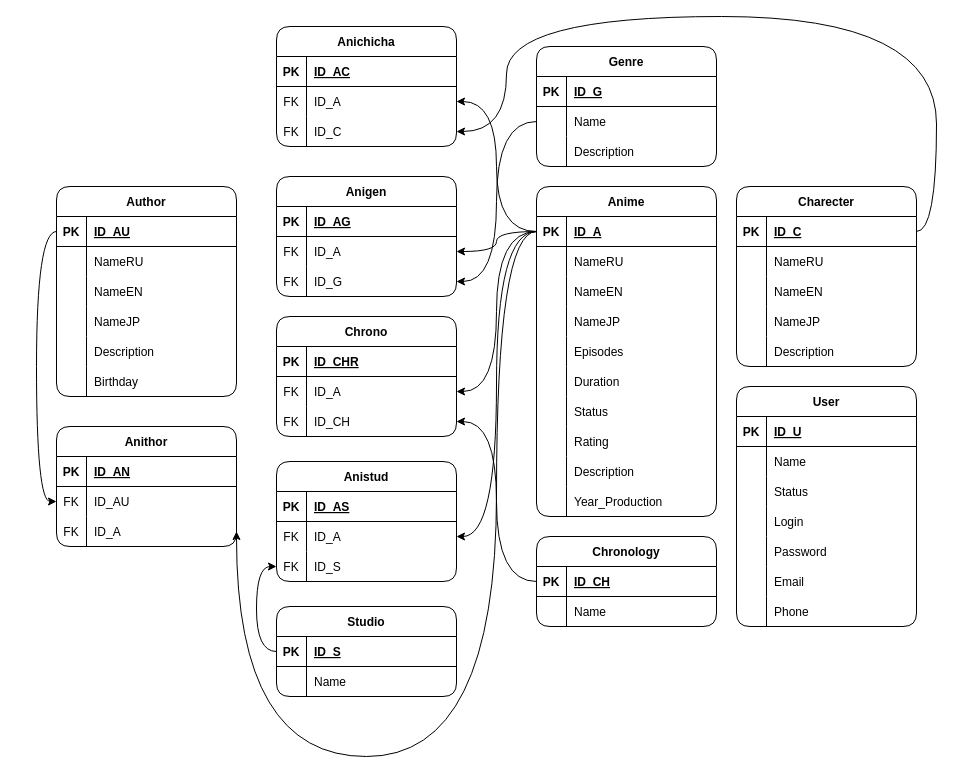
This is AniTrack.drawio from kk313/AniTrack, a draw.io file, before an edit. Source tidied: cells renumbered, new cells numbered last; positions are measured from the earlier drawing's top-left corner, leaving out a move shared by most shapes. Both pictures are drawn from the tidied source at 100%, with x=0, y=0 at pixel (56, 16).
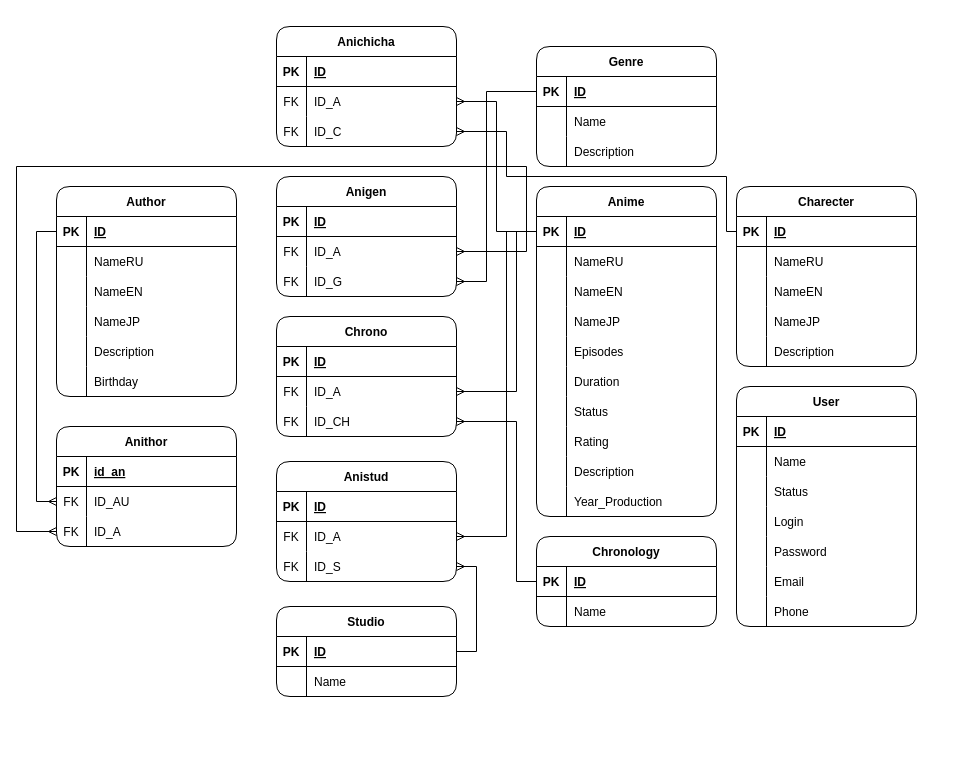
Above is the later version.

Unchanged cells that the change refers to:
```xml
<mxCell id="3" style="shape=tableRow;horizontal=0;startSize=0;swimlaneHead=0;swimlaneBody=0;fillColor=none;points=[[0,0.5],[1,0.5]];portConstraint=eastwest;top=0;left=0;right=0;bottom=1;" parent="2" vertex="1">
  <mxGeometry y="30" width="180" height="30" as="geometry" />
</mxCell>
<mxCell id="34" style="shape=tableRow;horizontal=0;startSize=0;swimlaneHead=0;swimlaneBody=0;fillColor=none;top=0;left=0;right=0;bottom=1;" parent="33" vertex="1">
  <mxGeometry y="30" width="180" height="30" as="geometry" />
</mxCell>
<mxCell id="37" style="shape=tableRow;horizontal=0;startSize=0;swimlaneHead=0;swimlaneBody=0;fillColor=none;points=[[0,0.5],[1,0.5]];portConstraint=eastwest;top=0;left=0;right=0;bottom=0;" parent="33" vertex="1">
  <mxGeometry y="60" width="180" height="30" as="geometry" />
</mxCell>
<mxCell id="40" style="shape=tableRow;horizontal=0;startSize=0;swimlaneHead=0;swimlaneBody=0;fillColor=none;points=[[0,0.5],[1,0.5]];portConstraint=eastwest;top=0;left=0;right=0;bottom=0;" parent="33" vertex="1">
  <mxGeometry y="90" width="180" height="30" as="geometry" />
</mxCell>
<mxCell id="44" style="shape=tableRow;horizontal=0;startSize=0;swimlaneHead=0;swimlaneBody=0;fillColor=none;points=[[0,0.5],[1,0.5]];portConstraint=eastwest;top=0;left=0;right=0;bottom=1;" parent="43" vertex="1">
  <mxGeometry y="30" width="180" height="30" as="geometry" />
</mxCell>
<mxCell id="51" style="shape=tableRow;horizontal=0;startSize=0;swimlaneHead=0;swimlaneBody=0;fillColor=none;top=0;left=0;right=0;bottom=1;" parent="50" vertex="1">
  <mxGeometry y="30" width="180" height="30" as="geometry" />
</mxCell>
<mxCell id="73" style="shape=tableRow;horizontal=0;startSize=0;swimlaneHead=0;swimlaneBody=0;fillColor=none;points=[[0,0.5],[1,0.5]];portConstraint=eastwest;top=0;left=0;right=0;bottom=1;" parent="72" vertex="1">
  <mxGeometry y="30" width="180" height="30" as="geometry" />
</mxCell>
<mxCell id="91" style="shape=tableRow;horizontal=0;startSize=0;swimlaneHead=0;swimlaneBody=0;fillColor=none;points=[[0,0.5],[1,0.5]];portConstraint=eastwest;top=0;left=0;right=0;bottom=1;" parent="90" vertex="1">
  <mxGeometry y="30" width="180" height="30" as="geometry" />
</mxCell>
<mxCell id="110" style="shape=tableRow;horizontal=0;startSize=0;swimlaneHead=0;swimlaneBody=0;fillColor=none;top=0;left=0;right=0;bottom=1;" parent="109" vertex="1">
  <mxGeometry y="30" width="180" height="30" as="geometry" />
</mxCell>
<mxCell id="113" style="shape=tableRow;horizontal=0;startSize=0;swimlaneHead=0;swimlaneBody=0;fillColor=none;points=[[0,0.5],[1,0.5]];portConstraint=eastwest;top=0;left=0;right=0;bottom=0;" parent="109" vertex="1">
  <mxGeometry y="60" width="180" height="30" as="geometry" />
</mxCell>
<mxCell id="116" style="shape=tableRow;horizontal=0;startSize=0;swimlaneHead=0;swimlaneBody=0;fillColor=none;points=[[0,0.5],[1,0.5]];portConstraint=eastwest;top=0;left=0;right=0;bottom=0;" parent="109" vertex="1">
  <mxGeometry y="90" width="180" height="30" as="geometry" />
</mxCell>
<mxCell id="122" style="shape=tableRow;horizontal=0;startSize=0;swimlaneHead=0;swimlaneBody=0;fillColor=none;points=[[0,0.5],[1,0.5]];portConstraint=eastwest;top=0;left=0;right=0;bottom=1;" parent="121" vertex="1">
  <mxGeometry y="30" width="180" height="30" as="geometry" />
</mxCell>
<mxCell id="129" style="shape=tableRow;horizontal=0;startSize=0;swimlaneHead=0;swimlaneBody=0;fillColor=none;top=0;left=0;right=0;bottom=1;" parent="128" vertex="1">
  <mxGeometry y="30" width="180" height="30" as="geometry" />
</mxCell>
<mxCell id="132" style="shape=tableRow;horizontal=0;startSize=0;swimlaneHead=0;swimlaneBody=0;fillColor=none;points=[[0,0.5],[1,0.5]];portConstraint=eastwest;top=0;left=0;right=0;bottom=0;" parent="128" vertex="1">
  <mxGeometry y="60" width="180" height="30" as="geometry" />
</mxCell>
<mxCell id="135" style="shape=tableRow;horizontal=0;startSize=0;swimlaneHead=0;swimlaneBody=0;fillColor=none;points=[[0,0.5],[1,0.5]];portConstraint=eastwest;top=0;left=0;right=0;bottom=0;" parent="128" vertex="1">
  <mxGeometry y="90" width="180" height="30" as="geometry" />
</mxCell>
<mxCell id="139" style="shape=tableRow;horizontal=0;startSize=0;swimlaneHead=0;swimlaneBody=0;fillColor=none;top=0;left=0;right=0;bottom=1;" parent="138" vertex="1">
  <mxGeometry y="30" width="180" height="30" as="geometry" />
</mxCell>
<mxCell id="142" style="shape=tableRow;horizontal=0;startSize=0;swimlaneHead=0;swimlaneBody=0;fillColor=none;points=[[0,0.5],[1,0.5]];portConstraint=eastwest;top=0;left=0;right=0;bottom=0;" parent="138" vertex="1">
  <mxGeometry y="60" width="180" height="30" as="geometry" />
</mxCell>
<mxCell id="145" style="shape=tableRow;horizontal=0;startSize=0;swimlaneHead=0;swimlaneBody=0;fillColor=none;points=[[0,0.5],[1,0.5]];portConstraint=eastwest;top=0;left=0;right=0;bottom=0;" parent="138" vertex="1">
  <mxGeometry y="90" width="180" height="30" as="geometry" />
</mxCell>
<mxCell id="149" style="shape=tableRow;horizontal=0;startSize=0;swimlaneHead=0;swimlaneBody=0;fillColor=none;points=[[0,0.5],[1,0.5]];portConstraint=eastwest;top=0;left=0;right=0;bottom=1;" parent="148" vertex="1">
  <mxGeometry y="30" width="180" height="30" as="geometry" />
</mxCell>
<mxCell id="152" style="shape=tableRow;horizontal=0;startSize=0;swimlaneHead=0;swimlaneBody=0;fillColor=none;points=[[0,0.5],[1,0.5]];portConstraint=eastwest;top=0;left=0;right=0;bottom=0;" parent="148" vertex="1">
  <mxGeometry y="60" width="180" height="30" as="geometry" />
</mxCell>
<mxCell id="163" style="shape=tableRow;horizontal=0;startSize=0;swimlaneHead=0;swimlaneBody=0;fillColor=none;top=0;left=0;right=0;bottom=1;" parent="162" vertex="1">
  <mxGeometry y="30" width="180" height="30" as="geometry" />
</mxCell>
<mxCell id="166" style="shape=tableRow;horizontal=0;startSize=0;swimlaneHead=0;swimlaneBody=0;fillColor=none;points=[[0,0.5],[1,0.5]];portConstraint=eastwest;top=0;left=0;right=0;bottom=0;" parent="162" vertex="1">
  <mxGeometry y="60" width="180" height="30" as="geometry" />
</mxCell>
<mxCell id="169" style="shape=tableRow;horizontal=0;startSize=0;swimlaneHead=0;swimlaneBody=0;fillColor=none;points=[[0,0.5],[1,0.5]];portConstraint=eastwest;top=0;left=0;right=0;bottom=0;" parent="162" vertex="1">
  <mxGeometry y="90" width="180" height="30" as="geometry" />
</mxCell>
```

The edit, as a diff of the source:
```diff
@@
-    <mxCell id="5" value="ID_A" style="shape=partialRectangle;fillColor=none;top=0;left=0;bottom=0;right=0;align=left;spacingLeft=6;fontStyle=5;overflow=hidden;" parent="3" vertex="1">
+    <mxCell id="5" value="ID" style="shape=partialRectangle;fillColor=none;top=0;left=0;bottom=0;right=0;align=left;spacingLeft=6;fontStyle=5;overflow=hidden;" parent="3" vertex="1">
       <mxGeometry x="30" width="150" height="30" as="geometry" />
     </mxCell>
@@
-    <mxCell id="36" value="ID_CHR" style="shape=partialRectangle;fillColor=none;top=0;left=0;bottom=0;right=0;align=left;spacingLeft=6;fontStyle=5;overflow=hidden;" parent="34" vertex="1">
+    <mxCell id="36" value="ID" style="shape=partialRectangle;fillColor=none;top=0;left=0;bottom=0;right=0;align=left;spacingLeft=6;fontStyle=5;overflow=hidden;" parent="34" vertex="1">
       <mxGeometry x="30" width="150" height="30" as="geometry" />
     </mxCell>
@@
-    <mxCell id="46" value="ID_CH" style="shape=partialRectangle;fillColor=none;top=0;left=0;bottom=0;right=0;align=left;spacingLeft=6;fontStyle=5;overflow=hidden;" parent="44" vertex="1">
+    <mxCell id="46" value="ID" style="shape=partialRectangle;fillColor=none;top=0;left=0;bottom=0;right=0;align=left;spacingLeft=6;fontStyle=5;overflow=hidden;" parent="44" vertex="1">
       <mxGeometry x="30" width="150" height="30" as="geometry" />
     </mxCell>
@@
-    <mxCell id="53" value="ID_U" style="shape=partialRectangle;fillColor=none;top=0;left=0;bottom=0;right=0;align=left;spacingLeft=6;fontStyle=5;overflow=hidden;" parent="51" vertex="1">
+    <mxCell id="53" value="ID" style="shape=partialRectangle;fillColor=none;top=0;left=0;bottom=0;right=0;align=left;spacingLeft=6;fontStyle=5;overflow=hidden;" parent="51" vertex="1">
       <mxGeometry x="30" width="150" height="30" as="geometry" />
     </mxCell>
@@
-    <mxCell id="75" value="ID_C" style="shape=partialRectangle;fillColor=none;top=0;left=0;bottom=0;right=0;align=left;spacingLeft=6;fontStyle=5;overflow=hidden;" parent="73" vertex="1">
+    <mxCell id="75" value="ID" style="shape=partialRectangle;fillColor=none;top=0;left=0;bottom=0;right=0;align=left;spacingLeft=6;fontStyle=5;overflow=hidden;" parent="73" vertex="1">
       <mxGeometry x="30" width="150" height="30" as="geometry" />
     </mxCell>
@@
-    <mxCell id="88" style="edgeStyle=orthogonalEdgeStyle;rounded=0;jettySize=auto;html=1;exitX=0;exitY=0.5;exitDx=0;exitDy=0;entryX=1;entryY=0.5;entryDx=0;entryDy=0;curved=1;" parent="1" edge="1" source="3" target="37">
-      <mxGeometry relative="1" as="geometry" />
-    </mxCell>
-    <mxCell id="89" style="edgeStyle=orthogonalEdgeStyle;rounded=0;jettySize=auto;html=1;exitX=0;exitY=0.5;exitDx=0;exitDy=0;entryX=1;entryY=0.5;entryDx=0;entryDy=0;curved=1;" parent="1" edge="1" source="44" target="40">
-      <mxGeometry relative="1" as="geometry" />
-    </mxCell>
@@
-    <mxCell id="93" value="ID_AU" style="shape=partialRectangle;fillColor=none;top=0;left=0;bottom=0;right=0;align=left;spacingLeft=6;fontStyle=5;overflow=hidden;" parent="91" vertex="1">
+    <mxCell id="93" value="ID" style="shape=partialRectangle;fillColor=none;top=0;left=0;bottom=0;right=0;align=left;spacingLeft=6;fontStyle=5;overflow=hidden;" parent="91" vertex="1">
       <mxGeometry x="30" width="150" height="30" as="geometry" />
     </mxCell>
@@
-    <mxCell id="112" value="ID_AN" style="shape=partialRectangle;fillColor=none;top=0;left=0;bottom=0;right=0;align=left;spacingLeft=6;fontStyle=5;overflow=hidden;" parent="110" vertex="1">
+    <mxCell id="112" value="id_an" style="shape=partialRectangle;fillColor=none;top=0;left=0;bottom=0;right=0;align=left;spacingLeft=6;fontStyle=5;overflow=hidden;" parent="110" vertex="1">
       <mxGeometry x="30" width="150" height="30" as="geometry" />
     </mxCell>
@@
-    <mxCell id="119" style="edgeStyle=orthogonalEdgeStyle;curved=1;rounded=0;jettySize=auto;html=1;exitX=0;exitY=0.5;exitDx=0;exitDy=0;entryX=0;entryY=0.5;entryDx=0;entryDy=0;" parent="1" edge="1" source="91" target="113">
-      <mxGeometry relative="1" as="geometry" />
-    </mxCell>
-    <mxCell id="120" style="edgeStyle=orthogonalEdgeStyle;curved=1;rounded=0;jettySize=auto;html=1;entryX=0;entryY=0.5;entryDx=0;entryDy=0;exitX=0;exitY=0.5;exitDx=0;exitDy=0;" parent="1" edge="1" source="122" target="135">
-      <mxGeometry relative="1" as="geometry" />
-    </mxCell>
@@
-    <mxCell id="124" value="ID_S" style="shape=partialRectangle;fillColor=none;top=0;left=0;bottom=0;right=0;align=left;spacingLeft=6;fontStyle=5;overflow=hidden;" parent="122" vertex="1">
+    <mxCell id="124" value="ID" style="shape=partialRectangle;fillColor=none;top=0;left=0;bottom=0;right=0;align=left;spacingLeft=6;fontStyle=5;overflow=hidden;" parent="122" vertex="1">
       <mxGeometry x="30" width="150" height="30" as="geometry" />
     </mxCell>
@@
-    <mxCell id="131" value="ID_AS" style="shape=partialRectangle;fillColor=none;top=0;left=0;bottom=0;right=0;align=left;spacingLeft=6;fontStyle=5;overflow=hidden;" parent="129" vertex="1">
+    <mxCell id="131" value="ID" style="shape=partialRectangle;fillColor=none;top=0;left=0;bottom=0;right=0;align=left;spacingLeft=6;fontStyle=5;overflow=hidden;" parent="129" vertex="1">
       <mxGeometry x="30" width="150" height="30" as="geometry" />
     </mxCell>
@@
-    <mxCell id="141" value="ID_AG" style="shape=partialRectangle;fillColor=none;top=0;left=0;bottom=0;right=0;align=left;spacingLeft=6;fontStyle=5;overflow=hidden;" parent="139" vertex="1">
+    <mxCell id="141" value="ID" style="shape=partialRectangle;fillColor=none;top=0;left=0;bottom=0;right=0;align=left;spacingLeft=6;fontStyle=5;overflow=hidden;" parent="139" vertex="1">
       <mxGeometry x="30" width="150" height="30" as="geometry" />
     </mxCell>
@@
-    <mxCell id="151" value="ID_G" style="shape=partialRectangle;fillColor=none;top=0;left=0;bottom=0;right=0;align=left;spacingLeft=6;fontStyle=5;overflow=hidden;" parent="149" vertex="1">
+    <mxCell id="151" value="ID" style="shape=partialRectangle;fillColor=none;top=0;left=0;bottom=0;right=0;align=left;spacingLeft=6;fontStyle=5;overflow=hidden;" parent="149" vertex="1">
       <mxGeometry x="30" width="150" height="30" as="geometry" />
     </mxCell>
@@
-    <mxCell id="158" style="edgeStyle=orthogonalEdgeStyle;curved=1;rounded=0;jettySize=auto;html=1;entryX=1;entryY=0.5;entryDx=0;entryDy=0;" parent="1" edge="1" source="3" target="142">
-      <mxGeometry relative="1" as="geometry" />
-    </mxCell>
-    <mxCell id="159" style="edgeStyle=orthogonalEdgeStyle;curved=1;rounded=0;jettySize=auto;html=1;entryX=1;entryY=0.5;entryDx=0;entryDy=0;" parent="1" edge="1" source="3" target="132">
-      <mxGeometry relative="1" as="geometry" />
-    </mxCell>
-    <mxCell id="160" style="edgeStyle=orthogonalEdgeStyle;curved=1;rounded=0;jettySize=auto;html=1;entryX=1;entryY=0.5;entryDx=0;entryDy=0;" parent="1" edge="1" source="152" target="145">
-      <mxGeometry relative="1" as="geometry" />
-    </mxCell>
-    <mxCell id="161" style="edgeStyle=orthogonalEdgeStyle;curved=1;rounded=0;jettySize=auto;html=1;entryX=1;entryY=0.5;entryDx=0;entryDy=0;" parent="1" edge="1" source="3" target="116">
-      <mxGeometry relative="1" as="geometry">
-        <Array as="points">
-          <mxPoint x="440" y="215" />
-          <mxPoint x="440" y="740" />
-          <mxPoint x="180" y="740" />
-        </Array>
-      </mxGeometry>
-    </mxCell>
@@
-    <mxCell id="165" value="ID_AC" style="shape=partialRectangle;fillColor=none;top=0;left=0;bottom=0;right=0;align=left;spacingLeft=6;fontStyle=5;overflow=hidden;" parent="163" vertex="1">
+    <mxCell id="165" value="ID" style="shape=partialRectangle;fillColor=none;top=0;left=0;bottom=0;right=0;align=left;spacingLeft=6;fontStyle=5;overflow=hidden;" parent="163" vertex="1">
       <mxGeometry x="30" width="150" height="30" as="geometry" />
     </mxCell>
@@
+    <mxCell id="119" style="edgeStyle=orthogonalEdgeStyle;rounded=0;jettySize=auto;html=1;exitX=0;exitY=0.5;exitDx=0;exitDy=0;entryX=0;entryY=0.5;entryDx=0;entryDy=0;endArrow=ERmany;endFill=0;" parent="1" edge="1" source="91" target="113">
+      <mxGeometry relative="1" as="geometry" />
+    </mxCell>
+    <mxCell id="161" style="edgeStyle=orthogonalEdgeStyle;rounded=0;jettySize=auto;html=1;exitX=0;exitY=0.5;exitDx=0;exitDy=0;entryX=0;entryY=0.5;entryDx=0;entryDy=0;endArrow=ERmany;endFill=0;" parent="1" edge="1" source="3" target="116">
+      <mxGeometry relative="1" as="geometry">
+        <Array as="points">
+          <mxPoint x="470" y="215" />
+          <mxPoint x="470" y="150" />
+          <mxPoint x="-40" y="150" />
+          <mxPoint x="-40" y="515" />
+        </Array>
+      </mxGeometry>
+    </mxCell>
-    <mxCell id="172" style="edgeStyle=orthogonalEdgeStyle;curved=1;rounded=0;jettySize=auto;html=1;entryX=1;entryY=0.5;entryDx=0;entryDy=0;" parent="1" edge="1" source="73" target="169">
+    <mxCell id="172" style="edgeStyle=orthogonalEdgeStyle;rounded=0;jettySize=auto;html=1;exitX=0;exitY=0.5;exitDx=0;exitDy=0;entryX=1;entryY=0.5;entryDx=0;entryDy=0;endArrow=ERmany;endFill=0;" parent="1" edge="1" source="73" target="169">
       <mxGeometry relative="1" as="geometry">
         <Array as="points">
-          <mxPoint x="880" y="215" />
-          <mxPoint x="880" />
-          <mxPoint x="450" />
+          <mxPoint x="670" y="215" />
+          <mxPoint x="670" y="160" />
+          <mxPoint x="450" y="160" />
           <mxPoint x="450" y="115" />
         </Array>
       </mxGeometry>
     </mxCell>
-    <mxCell id="173" style="edgeStyle=orthogonalEdgeStyle;curved=1;rounded=0;jettySize=auto;html=1;entryX=1;entryY=0.5;entryDx=0;entryDy=0;" parent="1" edge="1" source="3" target="166">
-      <mxGeometry relative="1" as="geometry" />
+    <mxCell id="173" style="edgeStyle=orthogonalEdgeStyle;rounded=0;jettySize=auto;html=1;exitX=0;exitY=0.5;exitDx=0;exitDy=0;entryX=1;entryY=0.5;entryDx=0;entryDy=0;endArrow=ERmany;endFill=0;" parent="1" edge="1" source="3" target="166">
+      <mxGeometry relative="1" as="geometry">
+        <Array as="points">
+          <mxPoint x="440" y="215" />
+          <mxPoint x="440" y="85" />
+        </Array>
+      </mxGeometry>
     </mxCell>
+    <mxCell id="158" style="edgeStyle=orthogonalEdgeStyle;rounded=0;jettySize=auto;html=1;endArrow=ERmany;endFill=0;" parent="1" edge="1" source="3" target="142">
+      <mxGeometry relative="1" as="geometry">
+        <Array as="points">
+          <mxPoint x="470" y="215" />
+          <mxPoint x="470" y="235" />
+        </Array>
+      </mxGeometry>
+    </mxCell>
+    <mxCell id="88" style="edgeStyle=orthogonalEdgeStyle;rounded=0;jettySize=auto;html=1;entryX=1;entryY=0.5;entryDx=0;entryDy=0;endArrow=ERmany;endFill=0;" parent="1" edge="1" source="3" target="37">
+      <mxGeometry relative="1" as="geometry">
+        <Array as="points">
+          <mxPoint x="460" y="215" />
+          <mxPoint x="460" y="375" />
+        </Array>
+      </mxGeometry>
+    </mxCell>
+    <mxCell id="159" style="edgeStyle=orthogonalEdgeStyle;rounded=0;jettySize=auto;html=1;entryX=1;entryY=0.5;entryDx=0;entryDy=0;endArrow=ERmany;endFill=0;" parent="1" edge="1" source="3" target="132">
+      <mxGeometry relative="1" as="geometry">
+        <Array as="points">
+          <mxPoint x="450" y="215" />
+          <mxPoint x="450" y="520" />
+        </Array>
+      </mxGeometry>
+    </mxCell>
+    <mxCell id="89" style="edgeStyle=orthogonalEdgeStyle;rounded=0;jettySize=auto;html=1;endArrow=ERmany;endFill=0;" parent="1" edge="1" source="44" target="40">
+      <mxGeometry relative="1" as="geometry">
+        <Array as="points">
+          <mxPoint x="460" y="565" />
+          <mxPoint x="460" y="405" />
+        </Array>
+      </mxGeometry>
+    </mxCell>
+    <mxCell id="120" style="edgeStyle=orthogonalEdgeStyle;rounded=0;jettySize=auto;html=1;exitX=1;exitY=0.5;exitDx=0;exitDy=0;endArrow=ERmany;endFill=0;" parent="1" edge="1" source="122" target="135">
+      <mxGeometry relative="1" as="geometry" />
+    </mxCell>
+    <mxCell id="174" style="edgeStyle=orthogonalEdgeStyle;rounded=0;jettySize=auto;html=1;exitX=0;exitY=0.5;exitDx=0;exitDy=0;entryX=1;entryY=0.5;entryDx=0;entryDy=0;endArrow=ERmany;endFill=0;" parent="1" edge="1" source="149" target="145">
+      <mxGeometry relative="1" as="geometry">
+        <Array as="points">
+          <mxPoint x="430" y="75" />
+          <mxPoint x="430" y="265" />
+        </Array>
+      </mxGeometry>
+    </mxCell>
```
